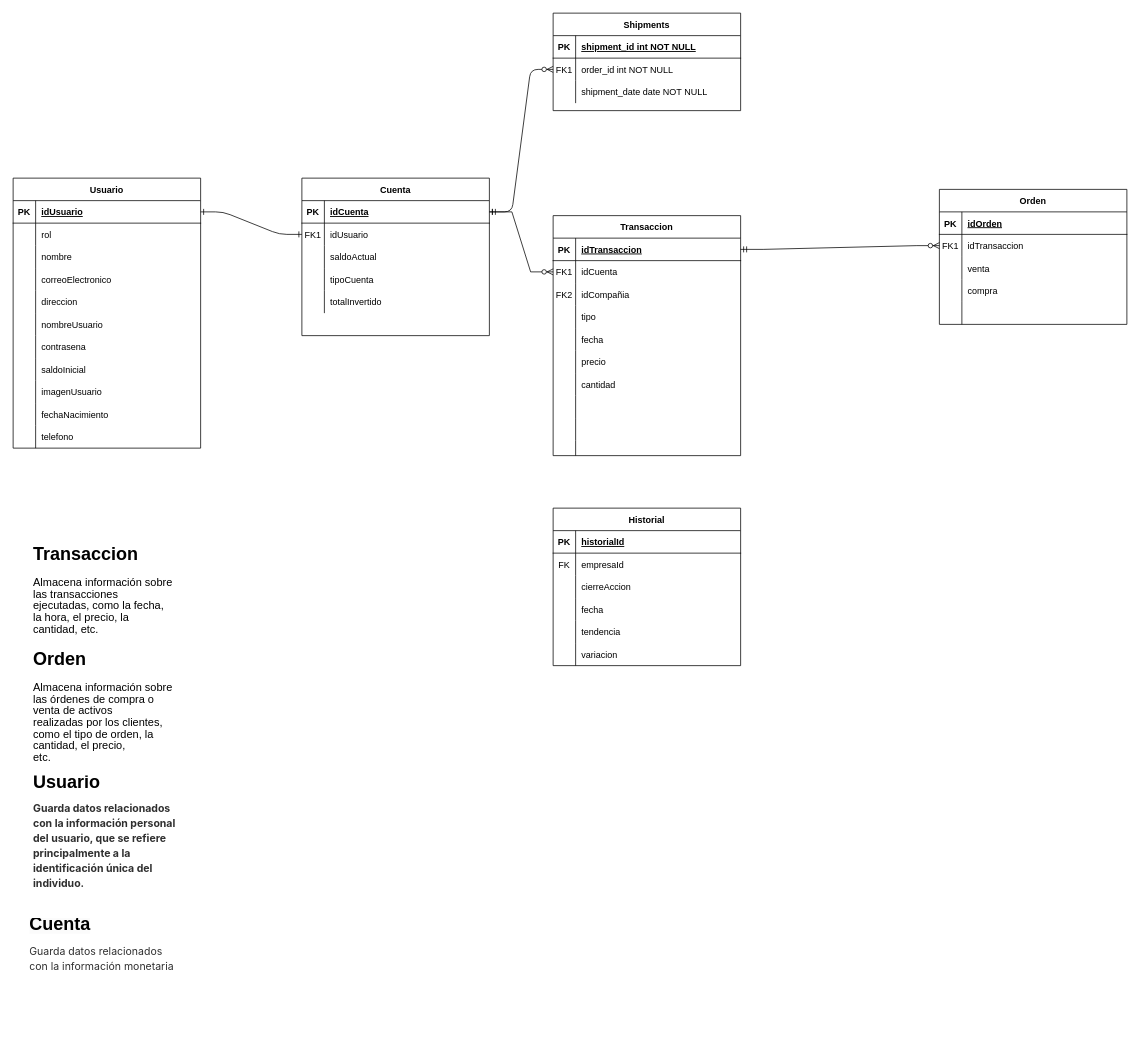
Above: Documentación/Diagrama-del-Modelo-Relacional.drawio in INNOVAcodersISPC/ARGBroker (draw.io), before the change. Source tidied: cells renumbered, new cells numbered last; positions are measured from the earlier drawing's top-left corner, leaving out a move shared by most shapes. Both pictures are drawn from the tidied source at 75%, with x=0, y=0 at pixel (13, 13).
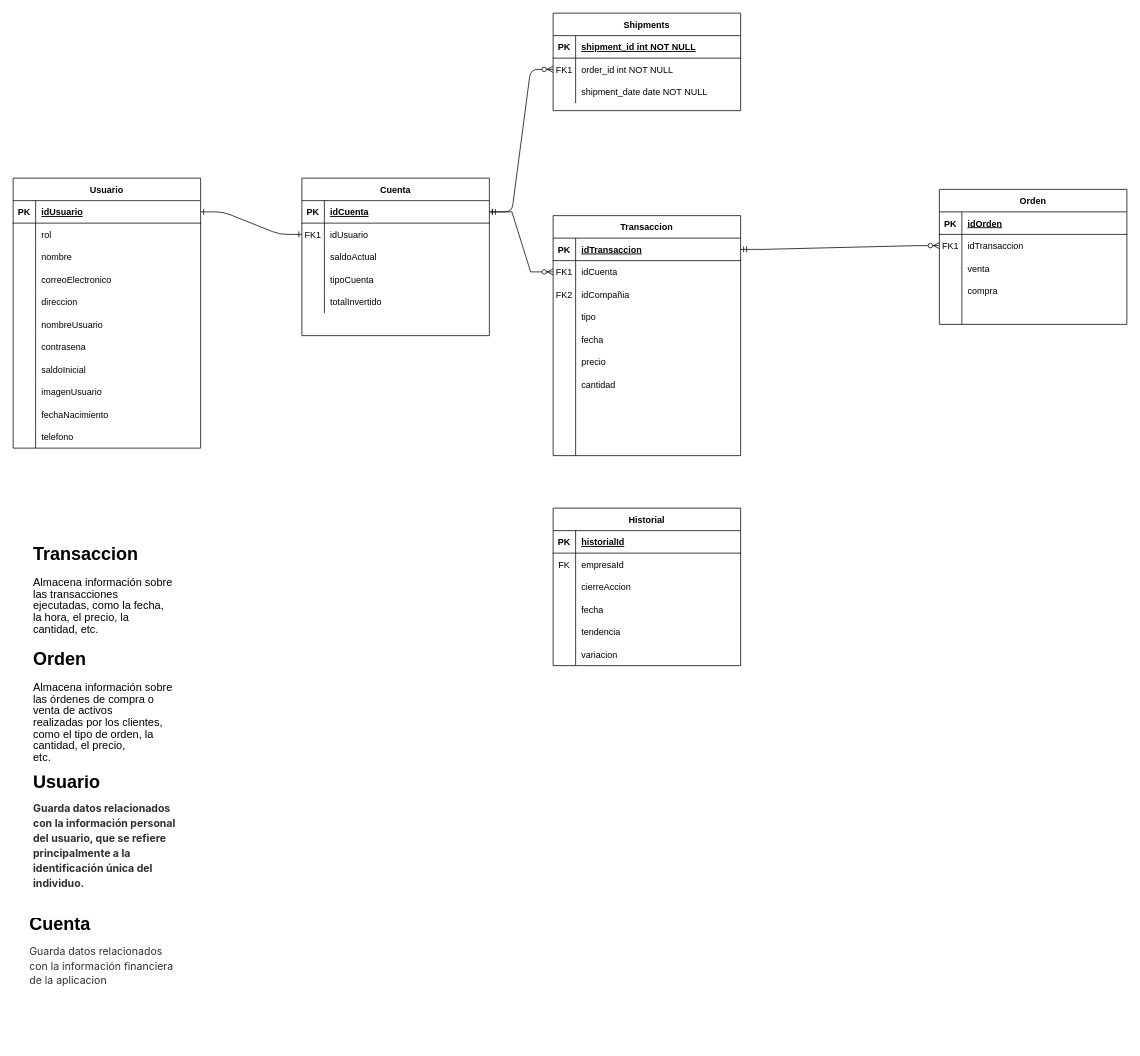
After the change.

The edit, as a diff of the source:
```diff
@@
-    <mxCell id="134" value="&lt;h1 style=&quot;margin-top: 0px; line-height: 70%;&quot;&gt;&lt;span style=&quot;background-color: rgb(251, 251, 251);&quot;&gt;Cuenta&lt;/span&gt;&lt;/h1&gt;&lt;h1 style=&quot;margin-top: 0px; line-height: 70%;&quot;&gt;&lt;span style=&quot;background-color: rgb(255, 255, 255); color: rgba(0, 0, 0, 0.82); font-family: &amp;quot;DM Sans&amp;quot;, -apple-system, BlinkMacSystemFont, &amp;quot;Segoe UI&amp;quot;, Roboto, &amp;quot;Helvetica Neue&amp;quot;, Arial, &amp;quot;Noto Sans&amp;quot;, sans-serif, &amp;quot;Apple Color Emoji&amp;quot;, &amp;quot;Segoe UI Emoji&amp;quot;, &amp;quot;Segoe UI Symbol&amp;quot;, &amp;quot;Noto Color Emoji&amp;quot;; font-size: 14px; font-weight: normal;&quot;&gt;Guarda datos relacionados con la información monetaria&lt;/span&gt;&lt;br&gt;&lt;/h1&gt;" style="text;html=1;whiteSpace=wrap;overflow=hidden;rounded=0;" parent="1" vertex="1">
+    <mxCell id="134" value="&lt;h1 style=&quot;margin-top: 0px; line-height: 70%;&quot;&gt;&lt;span style=&quot;background-color: rgb(251, 251, 251);&quot;&gt;Cuenta&lt;/span&gt;&lt;/h1&gt;&lt;h1 style=&quot;margin-top: 0px; line-height: 70%;&quot;&gt;&lt;span style=&quot;background-color: rgb(255, 255, 255); color: rgba(0, 0, 0, 0.82); font-family: &amp;quot;DM Sans&amp;quot;, -apple-system, BlinkMacSystemFont, &amp;quot;Segoe UI&amp;quot;, Roboto, &amp;quot;Helvetica Neue&amp;quot;, Arial, &amp;quot;Noto Sans&amp;quot;, sans-serif, &amp;quot;Apple Color Emoji&amp;quot;, &amp;quot;Segoe UI Emoji&amp;quot;, &amp;quot;Segoe UI Symbol&amp;quot;, &amp;quot;Noto Color Emoji&amp;quot;; font-size: 14px; font-weight: normal;&quot;&gt;Guarda datos relacionados con la información financiera de la aplicacion&lt;/span&gt;&lt;br&gt;&lt;/h1&gt;" style="text;html=1;whiteSpace=wrap;overflow=hidden;rounded=0;" parent="1" vertex="1">
       <mxGeometry x="20" y="1200" width="200" height="170" as="geometry" />
     </mxCell>
```
